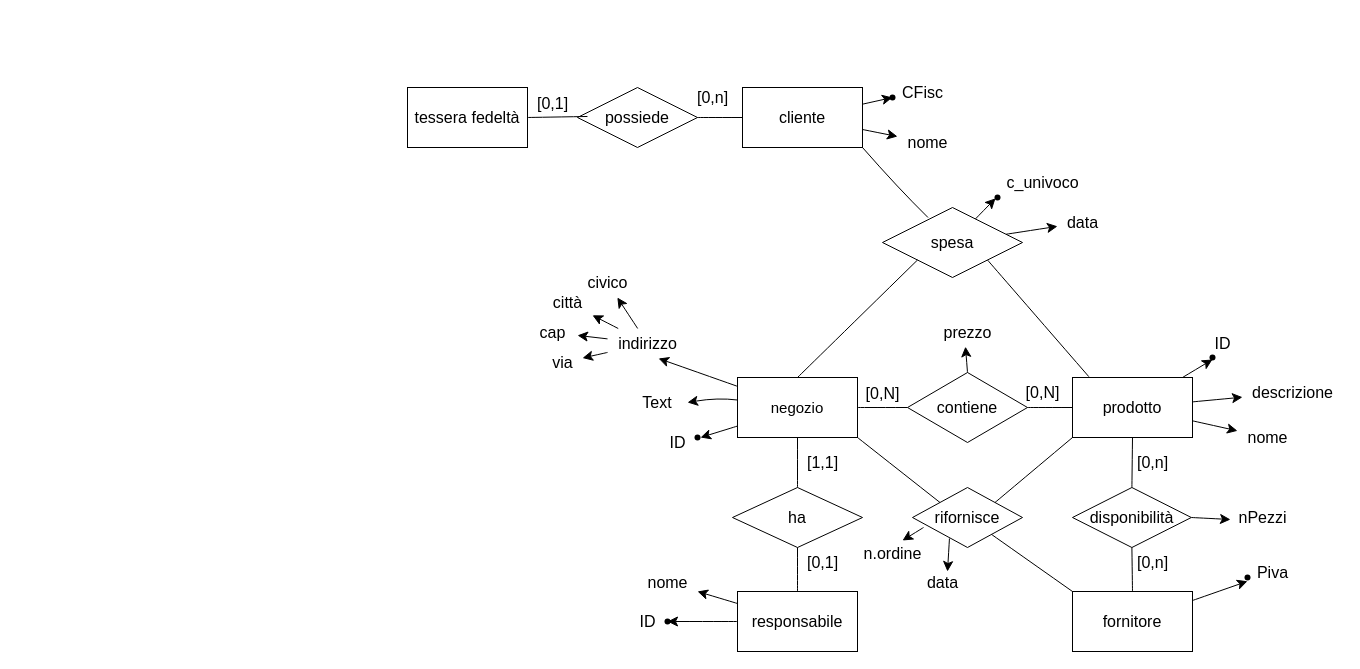
Before: Untitled Diagram.drawio in tommi-io/basi_di_dati_exam, a draw.io diagram. Source tidied: cells renumbered, new cells numbered last; positions are measured from the earlier drawing's top-left corner, leaving out a move shared by most shapes. Both pictures are drawn from the tidied source at 100%, with x=0, y=0 at pixel (407, 77).
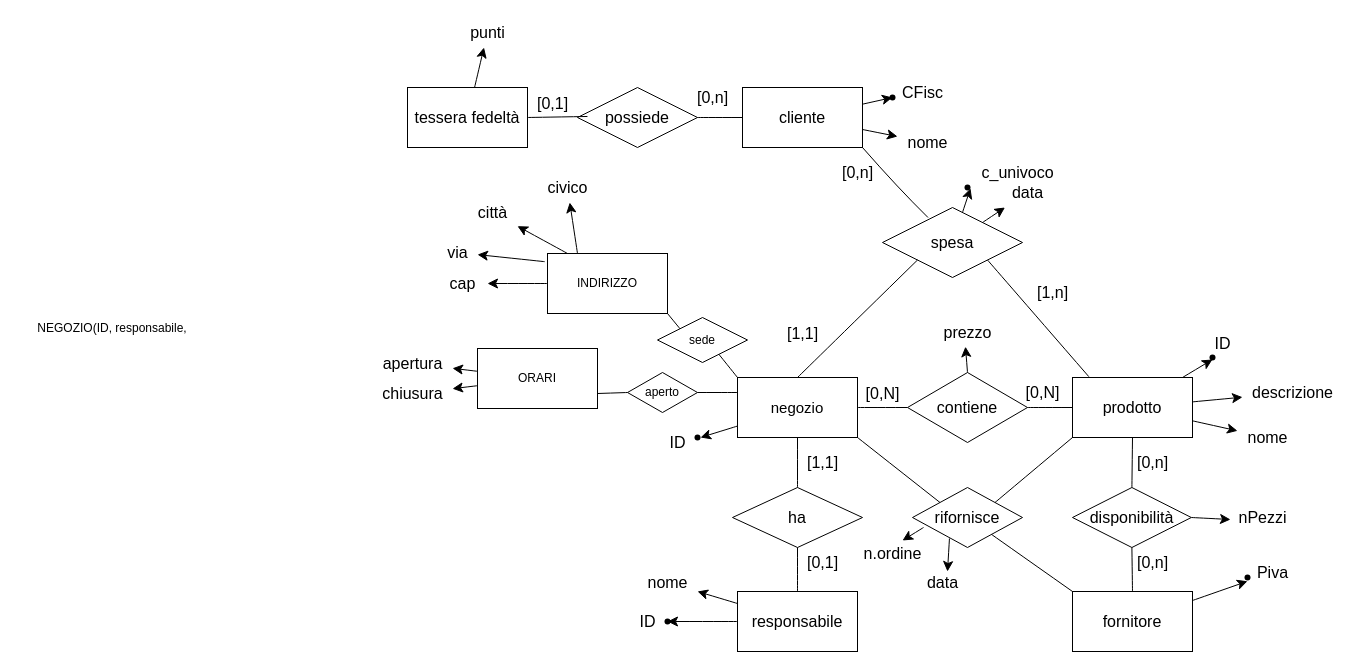
The same diagram, later.

The change refers to these unchanged cells:
```xml
<mxCell id="5" value="&lt;font style=&quot;font-size: 15px;&quot;&gt;negozio&lt;/font&gt;" style="rounded=0;whiteSpace=wrap;html=1;" parent="1" vertex="1">
  <mxGeometry x="330" y="300" width="120" height="60" as="geometry" />
</mxCell>
<mxCell id="65" value="&lt;font style=&quot;font-size: 16px;&quot;&gt;tessera fedeltà&lt;/font&gt;" style="whiteSpace=wrap;html=1;" parent="1" vertex="1">
  <mxGeometry y="10" width="120" height="60" as="geometry" />
</mxCell>
```

What changed in the source:
```diff
@@
-    <mxCell id="2" style="edgeStyle=none;curved=1;rounded=0;jettySize=auto;html=1;fontSize=12;startSize=8;endSize=8;entryX=1;entryY=0.5;entryDx=0;entryDy=0;" parent="1" edge="1" source="5" target="6">
-      <mxGeometry relative="1" as="geometry">
-        <Array as="points">
-          <mxPoint x="310" y="320" />
-        </Array>
-      </mxGeometry>
-    </mxCell>
@@
-    <mxCell id="4" style="edgeStyle=none;curved=1;rounded=0;jettySize=auto;html=1;fontSize=12;startSize=8;endSize=8;entryX=0.638;entryY=1;entryDx=0;entryDy=0;entryPerimeter=0;" parent="1" edge="1" source="5" target="12">
-      <mxGeometry relative="1" as="geometry" />
-    </mxCell>
@@
-    <mxCell id="6" value="&lt;font style=&quot;font-size: 16px;&quot;&gt;Text&lt;/font&gt;" style="text;html=1;align=center;verticalAlign=middle;whiteSpace=wrap;rounded=0;" parent="1" vertex="1">
-      <mxGeometry x="220" y="310" width="60" height="30" as="geometry" />
-    </mxCell>
@@
-    <mxCell id="8" style="edgeStyle=none;curved=1;rounded=0;jettySize=auto;html=1;fontSize=12;startSize=8;endSize=8;" parent="1" edge="1" source="12" target="43">
+    <mxCell id="8" style="edgeStyle=none;curved=1;rounded=0;jettySize=auto;html=1;fontSize=12;startSize=8;endSize=8;exitX=0.167;exitY=0;exitDx=0;exitDy=0;exitPerimeter=0;" parent="1" edge="1" source="94" target="43">
       <mxGeometry relative="1" as="geometry" />
     </mxCell>
-    <mxCell id="9" style="edgeStyle=none;curved=1;rounded=0;jettySize=auto;html=1;fontSize=12;startSize=8;endSize=8;" parent="1" edge="1" source="12" target="44">
+    <mxCell id="9" style="edgeStyle=none;curved=1;rounded=0;jettySize=auto;html=1;fontSize=12;startSize=8;endSize=8;exitX=0;exitY=0.5;exitDx=0;exitDy=0;" parent="1" edge="1" source="94" target="44">
       <mxGeometry relative="1" as="geometry" />
     </mxCell>
-    <mxCell id="10" style="edgeStyle=none;curved=1;rounded=0;jettySize=auto;html=1;fontSize=12;startSize=8;endSize=8;" parent="1" edge="1" source="12" target="45">
+    <mxCell id="10" style="edgeStyle=none;curved=1;rounded=0;jettySize=auto;html=1;fontSize=12;startSize=8;endSize=8;exitX=0.25;exitY=0;exitDx=0;exitDy=0;" parent="1" edge="1" source="94" target="45">
       <mxGeometry relative="1" as="geometry" />
     </mxCell>
-    <mxCell id="11" style="edgeStyle=none;curved=1;rounded=0;jettySize=auto;html=1;fontSize=12;startSize=8;endSize=8;" parent="1" edge="1" source="12" target="46">
+    <mxCell id="11" style="edgeStyle=none;curved=1;rounded=0;jettySize=auto;html=1;fontSize=12;startSize=8;endSize=8;exitX=-0.024;exitY=0.136;exitDx=0;exitDy=0;exitPerimeter=0;" parent="1" edge="1" source="94" target="46">
       <mxGeometry relative="1" as="geometry" />
     </mxCell>
-    <mxCell id="12" value="&lt;div&gt;indirizzo&lt;/div&gt;" style="text;html=1;align=center;verticalAlign=middle;points=[];strokeColor=none;fillColor=none;fontSize=16;" parent="1" vertex="1">
-      <mxGeometry x="200" y="251" width="80" height="30" as="geometry" />
-    </mxCell>
@@
     <mxCell id="43" value="città" style="text;html=1;align=center;verticalAlign=middle;points=[];strokeColor=none;fillColor=none;fontSize=16;" parent="1" vertex="1">
-      <mxGeometry x="135" y="210" width="50" height="30" as="geometry" />
+      <mxGeometry x="60" y="120" width="50" height="30" as="geometry" />
     </mxCell>
     <mxCell id="44" value="cap" style="text;html=1;align=center;verticalAlign=middle;points=[];strokeColor=none;fillColor=none;fontSize=16;" parent="1" vertex="1">
-      <mxGeometry x="120" y="240" width="50" height="30" as="geometry" />
+      <mxGeometry x="30" y="191" width="50" height="30" as="geometry" />
     </mxCell>
     <mxCell id="45" value="civico" style="text;html=1;align=center;verticalAlign=middle;points=[];strokeColor=none;fillColor=none;fontSize=16;" parent="1" vertex="1">
-      <mxGeometry x="170" y="190" width="60" height="30" as="geometry" />
+      <mxGeometry x="130" y="95" width="60" height="30" as="geometry" />
     </mxCell>
     <mxCell id="46" value="via" style="text;html=1;align=center;verticalAlign=middle;points=[];strokeColor=none;fillColor=none;fontSize=16;" parent="1" vertex="1">
-      <mxGeometry x="135" y="270" width="40" height="30" as="geometry" />
+      <mxGeometry x="30" y="160" width="40" height="30" as="geometry" />
     </mxCell>
@@
+    <mxCell id="85" style="edgeStyle=none;curved=1;rounded=0;jettySize=auto;html=1;fontSize=12;startSize=8;endSize=8;" parent="1" edge="1" source="65" target="89">
+      <mxGeometry relative="1" as="geometry" />
+    </mxCell>
@@
     <mxCell id="82" value="c_univoco" style="text;html=1;align=center;verticalAlign=middle;points=[];strokeColor=none;fillColor=none;fontSize=16;" parent="1" vertex="1">
-      <mxGeometry x="585" y="90" width="100" height="30" as="geometry" />
+      <mxGeometry x="560" y="80" width="100" height="30" as="geometry" />
     </mxCell>
     <mxCell id="83" value="data" style="text;html=1;align=center;verticalAlign=middle;points=[];strokeColor=none;fillColor=none;fontSize=16;" parent="1" vertex="1">
-      <mxGeometry x="650" y="130" width="50" height="30" as="geometry" />
+      <mxGeometry x="595" y="100" width="50" height="30" as="geometry" />
     </mxCell>
     <mxCell id="84" style="shape=waypoint;sketch=0;size=6;fillColor=none;perimeter=centerPerimeter;" parent="1" vertex="1">
-      <mxGeometry x="580" y="110" width="20" height="20" as="geometry" />
+      <mxGeometry x="550" y="100" width="20" height="20" as="geometry" />
     </mxCell>
+    <mxCell id="86" value="[0,n]" style="text;html=1;align=center;verticalAlign=middle;strokeColor=none;fillColor=none;fontSize=16;" parent="1" vertex="1">
+      <mxGeometry x="425" y="80" width="50" height="30" as="geometry" />
+    </mxCell>
+    <mxCell id="87" value="[1,1]" style="text;html=1;align=center;verticalAlign=middle;strokeColor=none;fillColor=none;fontSize=16;" parent="1" vertex="1">
+      <mxGeometry x="370" y="241" width="50" height="30" as="geometry" />
+    </mxCell>
+    <mxCell id="88" value="[1,n]" style="text;html=1;align=center;verticalAlign=middle;strokeColor=none;fillColor=none;fontSize=16;" parent="1" vertex="1">
+      <mxGeometry x="620" y="200" width="50" height="30" as="geometry" />
+    </mxCell>
+    <mxCell id="89" value="punti" style="text;html=1;align=center;verticalAlign=middle;points=[];strokeColor=none;fillColor=none;fontSize=16;" parent="1" vertex="1">
+      <mxGeometry x="50" y="-60" width="60" height="30" as="geometry" />
+    </mxCell>
+    <mxCell id="90" value="NEGOZIO(ID, responsabile, " style="text;html=1;align=center;verticalAlign=middle;whiteSpace=wrap;rounded=0;" parent="1" vertex="1">
+      <mxGeometry x="-390" y="241" width="190" height="19" as="geometry" />
+    </mxCell>
+    <mxCell id="91" style="edgeStyle=none;curved=1;rounded=0;jettySize=auto;html=1;fontSize=12;startSize=8;endSize=8;" parent="1" edge="1" source="93" target="101">
+      <mxGeometry relative="1" as="geometry" />
+    </mxCell>
+    <mxCell id="92" style="edgeStyle=none;curved=1;rounded=0;jettySize=auto;html=1;fontSize=12;startSize=8;endSize=8;" parent="1" edge="1" source="93" target="102">
+      <mxGeometry relative="1" as="geometry" />
+    </mxCell>
+    <mxCell id="93" value="ORARI" style="rounded=0;whiteSpace=wrap;html=1;" parent="1" vertex="1">
+      <mxGeometry x="70" y="271" width="120" height="60" as="geometry" />
+    </mxCell>
+    <mxCell id="94" value="INDIRIZZO" style="rounded=0;whiteSpace=wrap;html=1;" parent="1" vertex="1">
+      <mxGeometry x="140" y="176" width="120" height="60" as="geometry" />
+    </mxCell>
+    <mxCell id="95" value="sede" style="rhombus;whiteSpace=wrap;html=1;" parent="1" vertex="1">
+      <mxGeometry x="250" y="240" width="90" height="45" as="geometry" />
+    </mxCell>
+    <mxCell id="96" style="endArrow=none;html=1;rounded=0;fontSize=12;startSize=8;endSize=8;curved=1;exitX=0;exitY=0;exitDx=0;exitDy=0;entryX=1;entryY=1;entryDx=0;entryDy=0;" parent="1" edge="1" source="95" target="94">
+      <mxGeometry relative="1" as="geometry" />
+    </mxCell>
+    <mxCell id="97" style="endArrow=none;html=1;rounded=0;fontSize=12;startSize=8;endSize=8;curved=1;exitX=0;exitY=0;exitDx=0;exitDy=0;entryX=0.681;entryY=0.815;entryDx=0;entryDy=0;entryPerimeter=0;" parent="1" edge="1" source="5" target="95">
+      <mxGeometry relative="1" as="geometry" />
+    </mxCell>
+    <mxCell id="98" value="aperto" style="rhombus;whiteSpace=wrap;html=1;" parent="1" vertex="1">
+      <mxGeometry x="220" y="295" width="70" height="40" as="geometry" />
+    </mxCell>
+    <mxCell id="99" style="endArrow=none;html=1;rounded=0;fontSize=12;startSize=8;endSize=8;curved=1;exitX=0;exitY=0.5;exitDx=0;exitDy=0;entryX=1;entryY=0.75;entryDx=0;entryDy=0;" parent="1" edge="1" source="98" target="93">
+      <mxGeometry relative="1" as="geometry" />
+    </mxCell>
+    <mxCell id="100" style="endArrow=none;html=1;rounded=0;fontSize=12;startSize=8;endSize=8;curved=1;exitX=0;exitY=0.25;exitDx=0;exitDy=0;entryX=1;entryY=0.5;entryDx=0;entryDy=0;" parent="1" edge="1" source="5" target="98">
+      <mxGeometry relative="1" as="geometry" />
+    </mxCell>
+    <mxCell id="101" value="apertura" style="text;html=1;align=center;verticalAlign=middle;points=[];strokeColor=none;fillColor=none;fontSize=16;" parent="1" vertex="1">
+      <mxGeometry x="-35" y="271" width="80" height="30" as="geometry" />
+    </mxCell>
+    <mxCell id="102" value="chiusura" style="text;html=1;align=center;verticalAlign=middle;points=[];strokeColor=none;fillColor=none;fontSize=16;" parent="1" vertex="1">
+      <mxGeometry x="-35" y="301" width="80" height="30" as="geometry" />
+    </mxCell>
```
